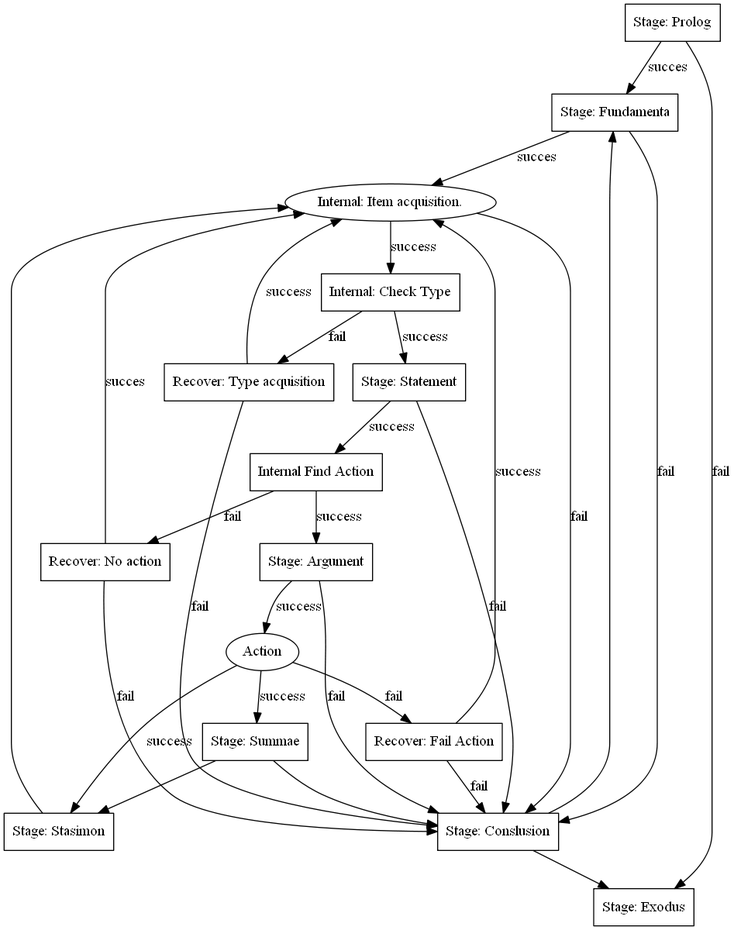
This is doc/gv/serialization.png from dmilos/reflection, a Graphviz export, as it was before one commit. Its source is kept beside it as doc/gv/serialization.gv. The source it was exported from:
```dot
digraph color_conversion {

	prolog     [shape = box, label="Stage: Prolog"];
	fundamenta [shape = box, label="Stage: Fundamenta"];
	statement[shape = box, label="Stage: Statement"];
	argument[shape = box, label="Stage: Argument"];
	summae[shape = box, label="Stage: Summae"];
	stasimon[shape = box, label="Stage: Stasimon"];
	conclusio[shape = box, label="Stage: Conslusion"];
	exodus[shape = box, label="Stage: Exodus"];
	ACTION  [ label = "Action"  ];

	acquisition  [ label = "Internal: Item acquisition."  ];

	check_type    [shape = box, label="Internal: Check Type"];
	find_action   [shape = box, label="Internal Find Action"];

	fail_action   [shape = box, label="Recover: Fail Action"];
	fail_type     [shape = box, label="Recover: Type acquisition"];
	fail_no_action[shape = box, label="Recover: No action"];

	prolog  -> fundamenta [ label = "succes" , dir=forward ];
	prolog  -> exodus [ label = "fail" , dir=forward ];

	fundamenta -> acquisition[ label = "succes", dir=forward  ];
	fundamenta -> conclusio[ label = "fail", dir=forward  ];

	acquisition -> check_type[ label = "success", dir=forward  ];
	acquisition -> conclusio[ label = "fail", dir=forward  ];

	check_type  -> statement  [ label = "success", dir=forward  ];
	check_type  -> fail_type  [ label = "fail", dir=forward  ];

	statement  -> find_action  [ label = "success", dir=forward  ];
	statement  -> conclusio  [ label = "fail", dir=forward  ];

	find_action ->argument       [ label = "success", dir=forward  ];
	find_action ->fail_no_action [ label = "fail", dir=forward  ];

	argument  -> ACTION  [ label = "success", dir=forward  ];
	argument  -> conclusio  [ label = "fail", dir=forward  ];

	ACTION  -> stasimon  [ label = "success", dir=forward  ];
	ACTION  -> fail_action  [ label = "fail", dir=forward  ];
	ACTION  -> summae  [ label = "success", dir=forward  ];


	summae  -> stasimon  [ label = "", dir=forward  ];
	summae  -> conclusio  [ label = "", dir=forward  ];
	conclusio  -> fundamenta   [ label = "", dir=forward  ];
	conclusio -> exodus[ label = "", dir=forward  ];

	stasimon  -> acquisition  [ label = "", dir=forward  ];

	fail_type -> acquisition[ label = "success", dir=forward  ];
	fail_type -> conclusio[ label = "fail", dir=forward  ];

	fail_action -> acquisition[ label = "success", dir=forward  ];
	fail_action -> conclusio[ label = "fail", dir=forward  ];

	fail_no_action-> acquisition[ label = "succes", dir=forward  ];
	fail_no_action-> conclusio[ label = "fail", dir=forward  ];

}
```
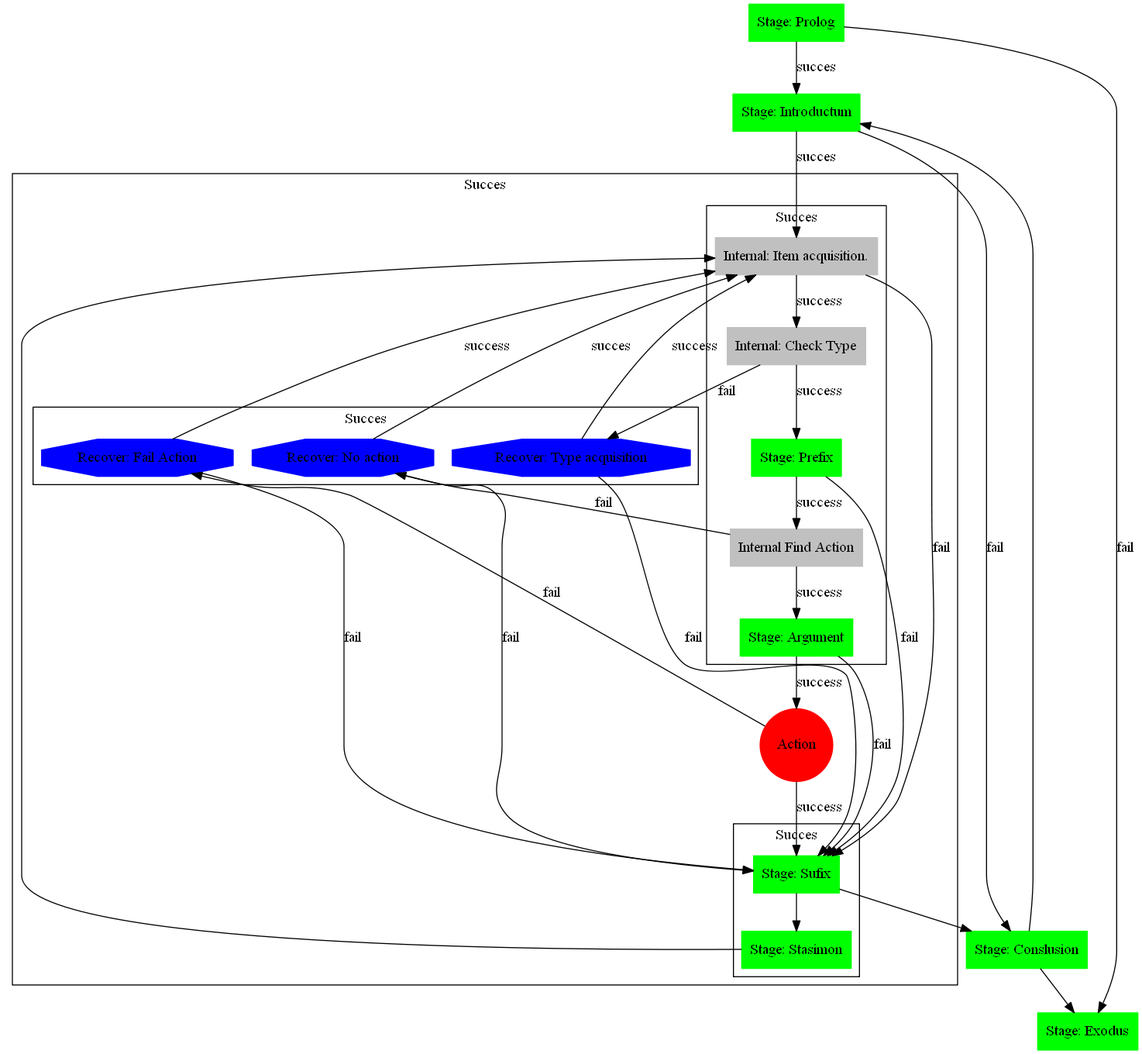
The same diagram one commit later.

Change to the diagram source:
```diff
@@ -1,64 +1,99 @@
-digraph color_conversion {
+digraph stages_of_serialization{
 
-	prolog     [shape = box, label="Stage: Prolog"];
-	fundamenta [shape = box, label="Stage: Fundamenta"];
-	statement[shape = box, label="Stage: Statement"];
-	argument[shape = box, label="Stage: Argument"];
-	summae[shape = box, label="Stage: Summae"];
-	stasimon[shape = box, label="Stage: Stasimon"];
-	conclusio[shape = box, label="Stage: Conslusion"];
-	exodus[shape = box, label="Stage: Exodus"];
-	ACTION  [ label = "Action"  ];
+	prolog         [shape = box,    style=filled, color=green, label="Stage: Prolog"      ];
+	introductum    [shape = box,    style=filled, color=green, label="Stage: Introductum" ];
+	prefix         [shape = box,    style=filled, color=green, label="Stage: Prefix"];
+	argument       [shape = box,    style=filled, color=green, label="Stage: Argument"];
+	suffix         [shape = box,    style=filled, color=green, label="Stage: Sufix"];
+	stasimon       [shape = box,    style=filled, color=green, label="Stage: Stasimon"];
+	conclusio      [shape = box,    style=filled, color=green, label="Stage: Conslusion"];
+	exodus         [shape = box,    style=filled, color=green, label="Stage: Exodus"];
+	ACTION         [shape = circle, label = "Action", style=filled, color=red];
 
-	acquisition  [ label = "Internal: Item acquisition."  ];
+	acquisition  [ shape = box, style=filled, color=gray,  label = "Internal: Item acquisition."  ];
+	check_type    [shape = box, style=filled, color=gray,  label="Internal: Check Type"];
+	find_action   [shape = box, style=filled, color=gray,  label="Internal Find Action"];
 
-	check_type    [shape = box, label="Internal: Check Type"];
-	find_action   [shape = box, label="Internal Find Action"];
+	fail_action   [shape = octagon, label="Recover: Fail Action", style=filled, color=blue];
+	fail_type     [shape = octagon, label="Recover: Type acquisition", style=filled, color=blue];
+	fail_no_action[shape = octagon, label="Recover: No action", style=filled, color=blue];
 
-	fail_action   [shape = box, label="Recover: Fail Action"];
-	fail_type     [shape = box, label="Recover: Type acquisition"];
-	fail_no_action[shape = box, label="Recover: No action"];
-
-	prolog  -> fundamenta [ label = "succes" , dir=forward ];
+	prolog  -> introductum [ label = "succes" , dir=forward, weight="1000" ];
 	prolog  -> exodus [ label = "fail" , dir=forward ];
 
-	fundamenta -> acquisition[ label = "succes", dir=forward  ];
-	fundamenta -> conclusio[ label = "fail", dir=forward  ];
+	introductum -> acquisition[ label = "succes", dir=forward, weight="2000"  ];
+	introductum -> conclusio[ label = "fail", dir=forward  ];
 
-	acquisition -> check_type[ label = "success", dir=forward  ];
-	acquisition -> conclusio[ label = "fail", dir=forward  ];
+	acquisition -> check_type[ label = "success", dir=forward, weight="1000"  ];
+	acquisition -> suffix[ label = "fail", dir=forward  ];
 
-	check_type  -> statement  [ label = "success", dir=forward  ];
+	check_type  -> prefix  [ label = "success", dir=forward, weight="1000"  ];
 	check_type  -> fail_type  [ label = "fail", dir=forward  ];
 
-	statement  -> find_action  [ label = "success", dir=forward  ];
-	statement  -> conclusio  [ label = "fail", dir=forward  ];
+	prefix  -> find_action  [ label = "success", dir=forward, weight="1000"  ];
+	prefix  -> suffix  [ label = "fail", dir=forward  ];
 
-	find_action ->argument       [ label = "success", dir=forward  ];
+	find_action ->argument       [ label = "success", dir=forward, weight="1000"  ];
 	find_action ->fail_no_action [ label = "fail", dir=forward  ];
 
-	argument  -> ACTION  [ label = "success", dir=forward  ];
-	argument  -> conclusio  [ label = "fail", dir=forward  ];
+	argument  -> ACTION  [ label = "success", dir=forward, weight="1000"  ];
+	argument  -> suffix  [ label = "fail", dir=forward  ];
 
-	ACTION  -> stasimon  [ label = "success", dir=forward  ];
 	ACTION  -> fail_action  [ label = "fail", dir=forward  ];
-	ACTION  -> summae  [ label = "success", dir=forward  ];
+	ACTION  -> suffix  [ label = "success", dir=forward , weight="1501" ];
 
-
-	summae  -> stasimon  [ label = "", dir=forward  ];
-	summae  -> conclusio  [ label = "", dir=forward  ];
-	conclusio  -> fundamenta   [ label = "", dir=forward  ];
+	suffix  -> stasimon  [ label = "", dir=forward, weight="1000"  ];
+	suffix  -> conclusio  [ label = "", dir=forward, weight="1000"  ];
+	conclusio  -> introductum   [ label = "", dir=forward  ];
 	conclusio -> exodus[ label = "", dir=forward  ];
 
 	stasimon  -> acquisition  [ label = "", dir=forward  ];
 
 	fail_type -> acquisition[ label = "success", dir=forward  ];
-	fail_type -> conclusio[ label = "fail", dir=forward  ];
+	fail_type -> suffix[ label = "fail", dir=forward  ];
 
 	fail_action -> acquisition[ label = "success", dir=forward  ];
-	fail_action -> conclusio[ label = "fail", dir=forward  ];
+	fail_action -> suffix[ label = "fail", dir=forward  ];
 
 	fail_no_action-> acquisition[ label = "succes", dir=forward  ];
-	fail_no_action-> conclusio[ label = "fail", dir=forward  ];
+	fail_no_action-> suffix[ label = "fail", dir=forward  ];
+
+	subgraph cluster_succes
+	{rankdir = TB;
+		label = "Succes";
+		node [ ] ACTION;
+
+            subgraph cluster_before
+	{
+    rankdir="TB";
+		node [ ] acquisition;
+    node [ ] prefix   ;
+    node [ ] find_action   ;
+    node [ ] argument     ;
+    node [ ] check_type     ;
+    }
+
+
+            subgraph cluster_after
+	{
+    rankdir="TB";
+		node [ ] acquisition;
+    node [ ] suffix   ;
+    node [ ] stasimon   ;
+    }
+    subgraph cluster_recover
+	{
+
+    rankdir="TB";
+    {rank=source fail_action fail_type fail_no_action}
+    node [ ] fail_action   ;
+    node [ ] fail_type     ;
+    node [ ] fail_no_action;
+    }
+
+	}
+
+
+
 
 }
```
